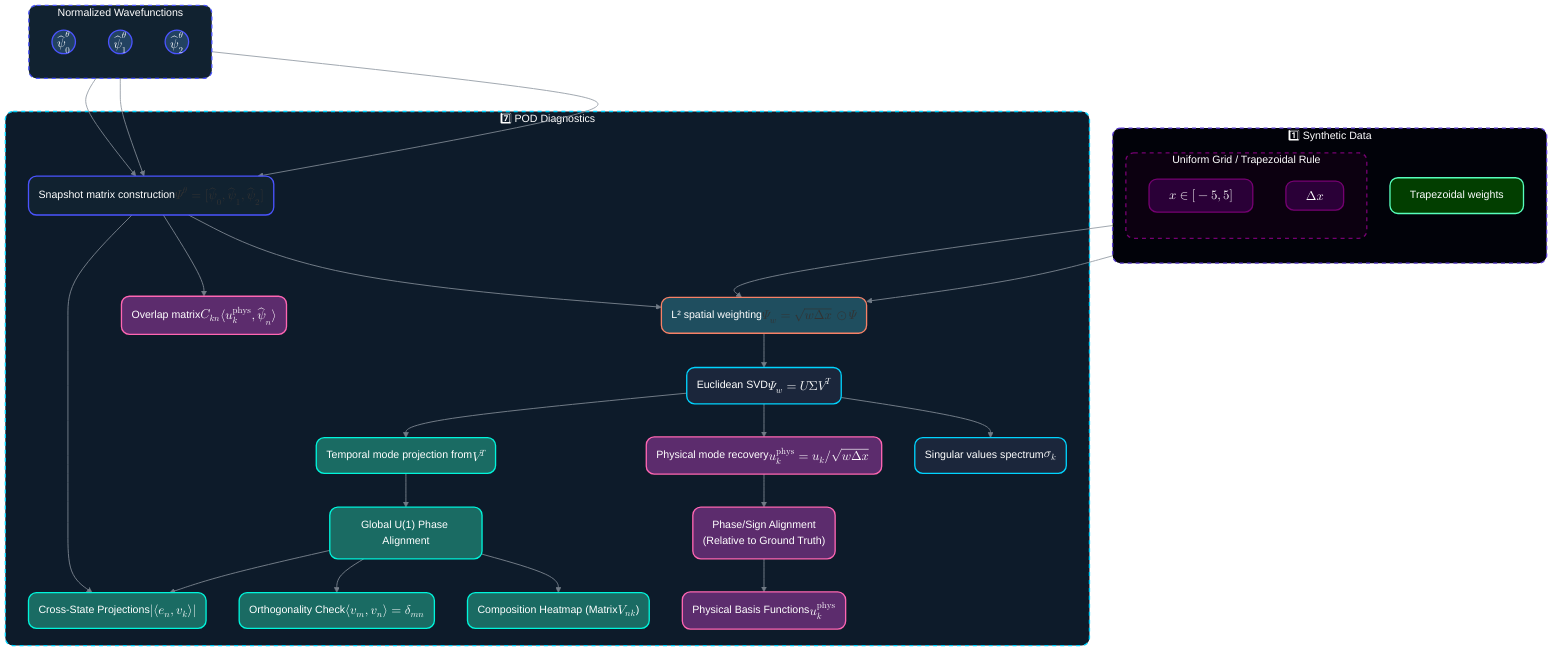
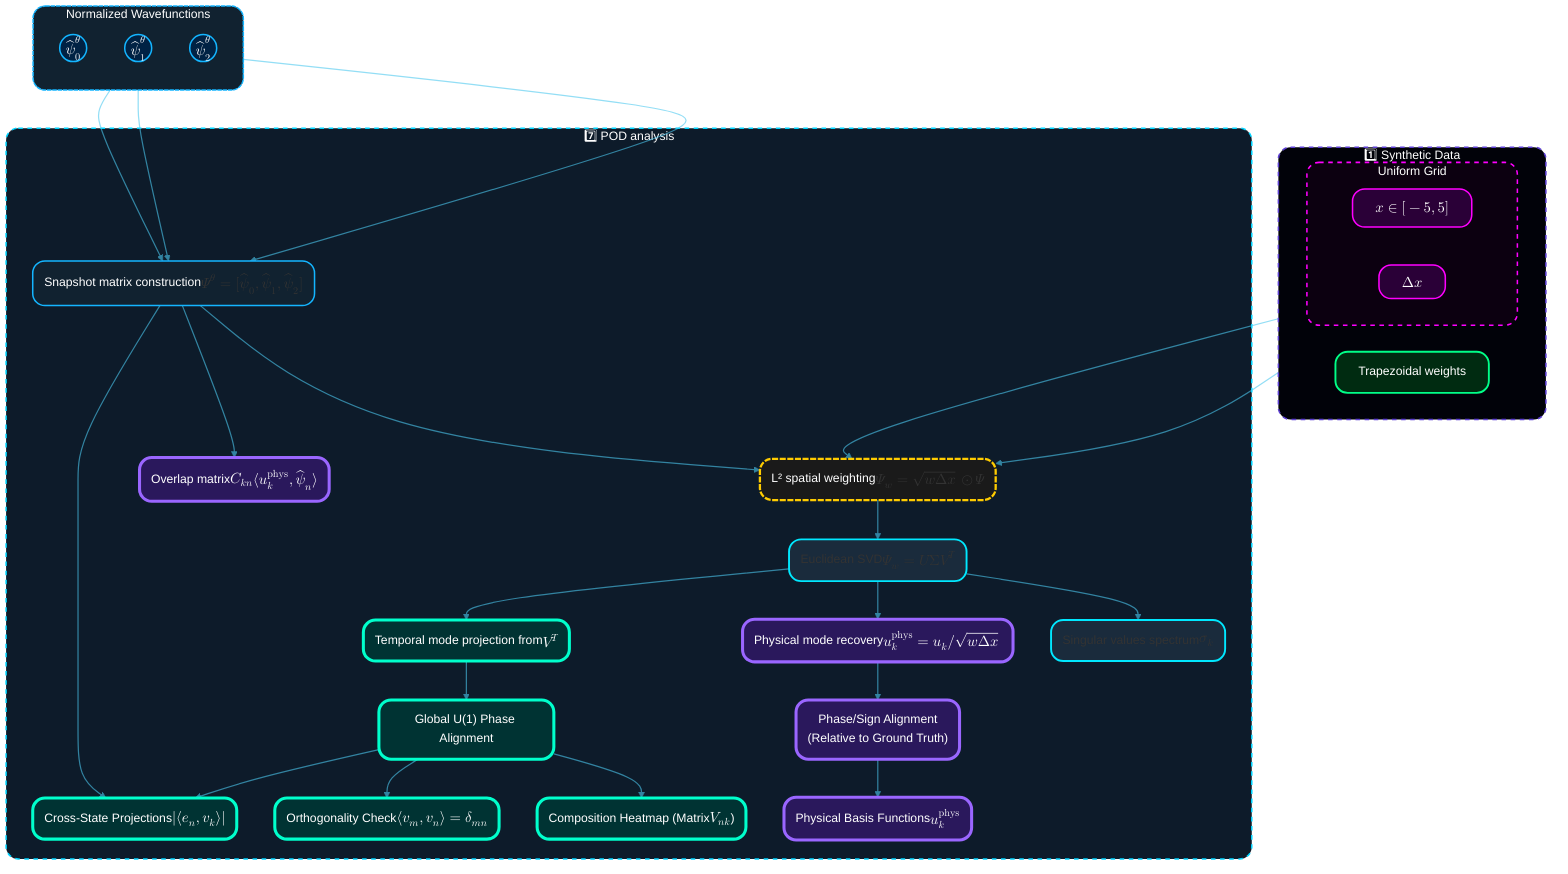
%%{ init: {
-         "theme": "dark",
+         "theme": "base",
        "themeVariables": {
            "background": "#0D1117",
-             "lineColor": "#14B5FF",
-             "textColor": "whitesmoke",
-             "primaryTextColor": "whitesmoke",
-             "secondaryTextColor": "whitesmoke",
-             "tertiaryTextColor": "whitesmoke",
+             "primaryColor": "#14B5FF",
+             "primaryTextColor": "#F0F6FC",
+             "primaryBorderColor": "#14B5FF",
+             "lineColor": "#4CC9F0",
+             "secondaryColor": "#0070EB",
+             "tertiaryColor": "#0D1117",
            "fontFamily": "'Aclonica', sans-serif",
-             "borderRadius": "14"
+             "fontSize": "16px",
+             "clusterBkg": "rgba(20, 181, 255, 0.02)",
+             "clusterBorder": "#14B5FF",
+             "edgeLabelBackground":"#0D1117",
+             "nodeSpacing": 81,
+             "rankSpacing": 131,
+             "borderRadius": "16"
        },
-         "themeCSS": ".nodeLabel, .edgeLabel, .cluster-label, .cluster-label text, .label, .label text, text, .katex, .katex *, .MathJax, .MathJax *, mjx-container, mjx-container * { color: whitesmoke !important; fill: whitesmoke !important; -webkit-text-fill-color: whitesmoke !important; }",
+         "themeCSS": ".node rect, .node circle, .node ellipse, .node polygon, .node path { stroke-width: 2.618px !important; filter: drop-shadow(0px 4px 6px rgba(0,0,0, 0.5)); } .node { filter: saturate(1.2) contrast(1.1); } .cluster rect { rx: 25.8; ry: 25.8; stroke-width: 1px; stroke-dasharray: 10,5; } .nodeLabel, .edgeLabel, .cluster-label, .label text, text, .katex, .katex *, .MathJax, .MathJax *, mjx-container, mjx-container * { color: #F0F6FC !important; fill: #F0F6FC !important; font-weight: 300; } #pod .cluster-label { fill: #00D4FF !important; font-size: 20px; } #pod rect { stroke: #00D4FF; fill: rgba(0, 212, 255, 0.04); }",
        "flowchart": {
            "curve": "basis",
-             "nodeSpacing": 30,
-             "rankSpacing": 50
-         },
-         "handDrawn": true
+             "useMaxWidth": true,
+             "htmlLabels": true,
+             "rankSpacing": 131,
+             "nodeSpacing": 81
+         }
    } }%%

flowchart TB

%% ==============================
%% COLOR CLASSES (your palette)
%% ==============================
- style synthetic_data fill:#010209,stroke:#5D3FD3,stroke-width:2px,stroke-dasharray:6 6,color:#ffffff,rx:12,ry:12;
- style domain_norm fill:#0c0010,stroke:#750071,stroke-width:2px,color:#ffffff,rx:12,ry:12,stroke-dasharray:6 6,rx:12,ry:12;
- style pod fill:#0d1b2a,stroke:#00d4ff,color:#ffffff,stroke-width:2px,stroke-dasharray:6 6,rx:12px,ry:12px;
- style trap fill:#023e00,stroke:#57ffbc,color:#ffffff,stroke-width:2px,rx:12,ry:12;
- style normalized_wavefunctions fill:#112230,color:#ffffff,stroke:#4b54ff,stroke-width:2px,stroke-dasharray:6 6,rx:12,ry:12;
- style PsiMat fill:#112230,stroke:#4b54ff,color:#ffffff,stroke-width:2px,rx:12,ry:12;
- style trap_pod fill:#1f4e5f,stroke:#f78166,stroke-width:2px,color:#ffffff,rx:12,ry:12;
- 
- classDef spatial_modes fill:#5c2c6d,stroke:#ff66b3,stroke-width:2px,color:#ffffff,rx:12,ry:12;
- classDef temporal_modes fill:#1a6b63,stroke:#00f5db,stroke-width:2px,color:#ffffff,rx:12,ry:12;
- classDef spatial_stencil fill:#2a0037,stroke:#750071,stroke-width:2px,color:#ffffff,rx:12,ry:12;
- classDef psinorm fill:#224261,stroke:#4b54ff,stroke-width:2px,color:#ffffff,rx:12,ry:12;
- classDef diag fill:#1b263b,stroke:#00d4ff,color:#ffffff,stroke-width:2px,rx:12,ry:12;
+ style synthetic_data fill:#010209,stroke:#5D3FD3,stroke-width:2px,stroke-dasharray:6 6,color:#ffffff,rx:16,ry:16;
+ style domain_norm fill:#0c0010,stroke:#ff00ff,stroke-width:2px,color:#ffffff,rx:16,ry:16,stroke-dasharray:6 6;
+ style pod fill:#0d1b2a,stroke:#00d4ff,color:#ffffff,stroke-width:2px,stroke-dasharray:6 6,rx:16,ry:16;
+ style trap fill:#002b11,stroke:#00ff88,color:#ffffff,stroke-width:2.5px,rx:16,ry:16;
+ style normalized_wavefunctions fill:#112230,color:#ffffff,stroke:#14B5FF,stroke-width:2px,stroke-dasharray:6 1,rx:16,ry:16;
+ style PsiMat fill:#112230,stroke:#14B5FF,color:#ffffff,stroke-width:2px,rx:16,ry:16;
+ style trap_pod fill:#1a1a1a,stroke:#ffcc00,stroke-width:3px,color:#ffffff,rx:16,ry:16,stroke-dasharray:8 2;
+ classDef spatial_modes fill:#2a185c,stroke:#9a66ff,stroke-width:4px,color:#ffffff,rx:16,ry:16;
+ classDef temporal_modes fill:#003333,stroke:#00ffcc,stroke-width:4px,color:#ffffff,rx:16,ry:16;
+ classDef spatial_stencil fill:#2a0037,stroke:#ff00ff,stroke-width:2px,color:#ffffff,rx:16,ry:16;
+ classDef psinorm fill:#002244,stroke:#14B5FF,stroke-width:2px,color:#ffffff,rx:16,ry:16;
+ classDef diag fill:#1a2b3c,stroke:#00e8ff,stroke-width:2.5px,rx:16,ry:16;

%% ==============================
%% INPUT BLOCKS
%% ==============================
- subgraph synthetic_data["1️⃣ Synthetic Data"]
-     direction TB
-     subgraph domain_norm["Uniform Grid / Trapezoidal Rule"]
-         spatial_grid["$$x\in[-5, 5]$$"]:::spatial_stencil
-         deltax["$$\Delta x$$"]:::spatial_stencil
+     subgraph synthetic_data["1️⃣ Synthetic Data"]
+     direction LR
+         subgraph domain_norm["Uniform Grid"]
+             spatial_grid["$$x\in[-5, 5]$$"]:::spatial_stencil
+             deltax["$$\Delta x$$"]:::spatial_stencil
+         end
+         trap["Trapezoidal weights"]
    end
-     trap["Trapezoidal weights"]
- end

subgraph normalized_wavefunctions["Normalized Wavefunctions"]
    direction TB
    psi0(("$$\hat{\psi}_0^\theta$$")):::psinorm
    psi1(("$$\hat{\psi}_1^\theta$$")):::psinorm
    psi2(("$$\hat{\psi}_2^\theta$$")):::psinorm
end


%% ==============================
%% POD DIAGRAM
%% ==============================
- subgraph pod["7️⃣ POD Diagnostics"]
+ subgraph pod["7️⃣ POD analysis"]
    PsiMat("Snapshot matrix construction<br/>$$\mathbf{\Psi}^\theta = [\hat{\psi}_0, \hat{\psi}_1, \hat{\psi}_2]$$")
    trap_pod("L² spatial weighting<br/>$$\mathbf{\Psi}_w = \sqrt{w \Delta x} \odot \mathbf{\Psi}$$")
    SVD("Euclidean SVD<br/>$$\mathbf{\Psi}_w = U \Sigma V^T$$"):::diag
    podscale("Physical mode recovery<br/>$$u_k^\text{phys} = u_k / \sqrt{w \Delta x}$$"):::spatial_modes
    align("Phase/Sign Alignment<br/>(Relative to Ground Truth)"):::spatial_modes
    spec("Singular values spectrum $$\sigma_k$$"):::diag
    modes("Physical Basis Functions $$u_k^\text{phys}$$"):::spatial_modes
    overlaps("Overlap matrix $$C_{kn}$$<br/>$$\langle u_k^\text{phys}, \hat{\psi}_n \rangle$$"):::spatial_modes
    temporal_scaling("Temporal mode projection from $$V^T$$"):::temporal_modes
    temporal_alignment("Global U(1) Phase Alignment"):::temporal_modes
    temporal_mode_heatmap("Composition Heatmap (Matrix $$V_{nk}$$)"):::temporal_modes
    temporal_overlap("Orthogonality Check $$\langle v_m, v_n \rangle = \delta_{mn}$$"):::temporal_modes
    cross_temporal("Cross-State Projections $$|\langle \mathbf{e}_n, v_k \rangle|$$"):::temporal_modes

    %% POD Companion Panels
    PsiMat --> trap_pod
    trap_pod --> SVD
    SVD --> spec
    SVD --> podscale
    SVD --> temporal_scaling
    podscale --> align
    align --> modes
    PsiMat --> overlaps

    temporal_scaling --> temporal_alignment
    temporal_alignment --> temporal_mode_heatmap
    temporal_alignment --> temporal_overlap
    temporal_alignment --> cross_temporal
    PsiMat --> cross_temporal
end

%% ==============================
%% CONNECTIONS
%% ==============================
psi0 --> PsiMat
psi1 --> PsiMat
psi2 --> PsiMat

deltax --> trap_pod
trap --> trap_pod

%% ==============================
%% LINKS (subtle)
%% ==============================
- linkStyle default stroke:#8b949e,stroke-width:1.5px,opacity:0.8+ linkStyle default stroke:#4CC9F0,stroke-width:1.618px,opacity:0.6